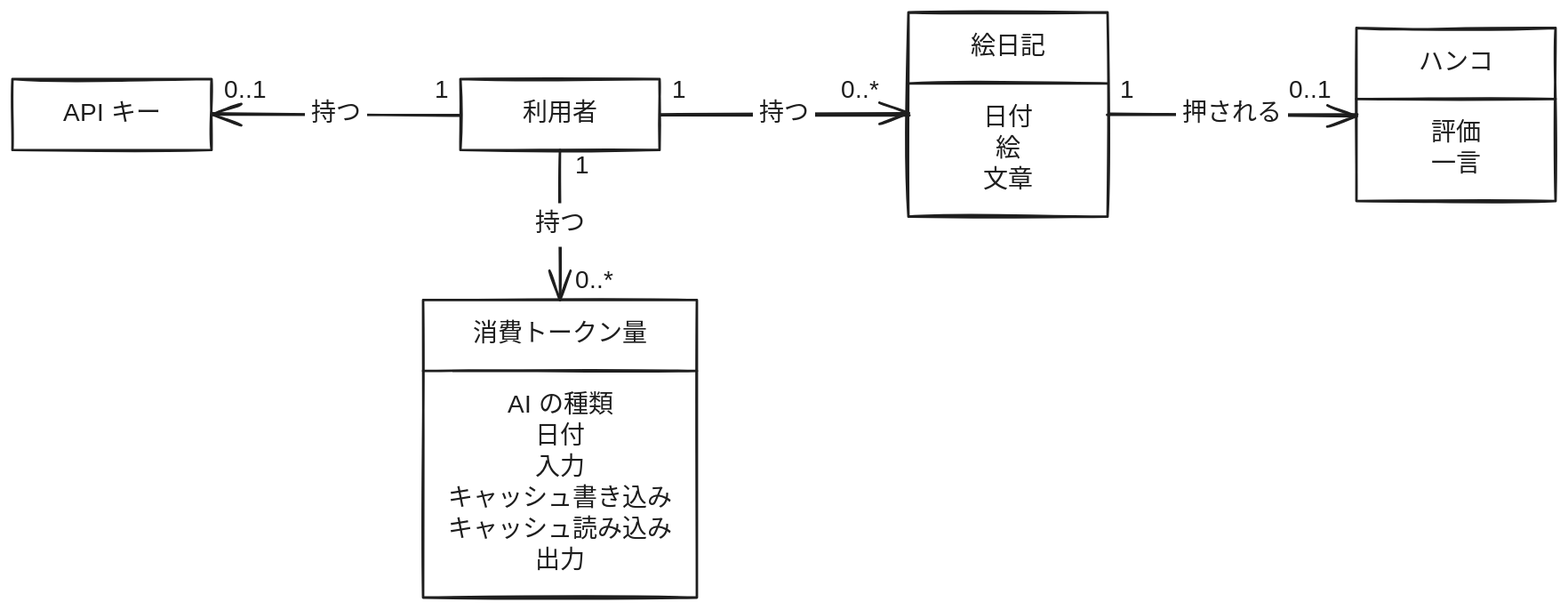
yuta-shacho/enikki-with-ai keeps this Excalidraw diagram as docs/diagrams/domain-model.excalidraw.svg. Above is the earlier version. Source tidied: one line per element, renumbered; positions are measured from the earlier drawing's top-left corner, leaving out a move shared by most shapes.
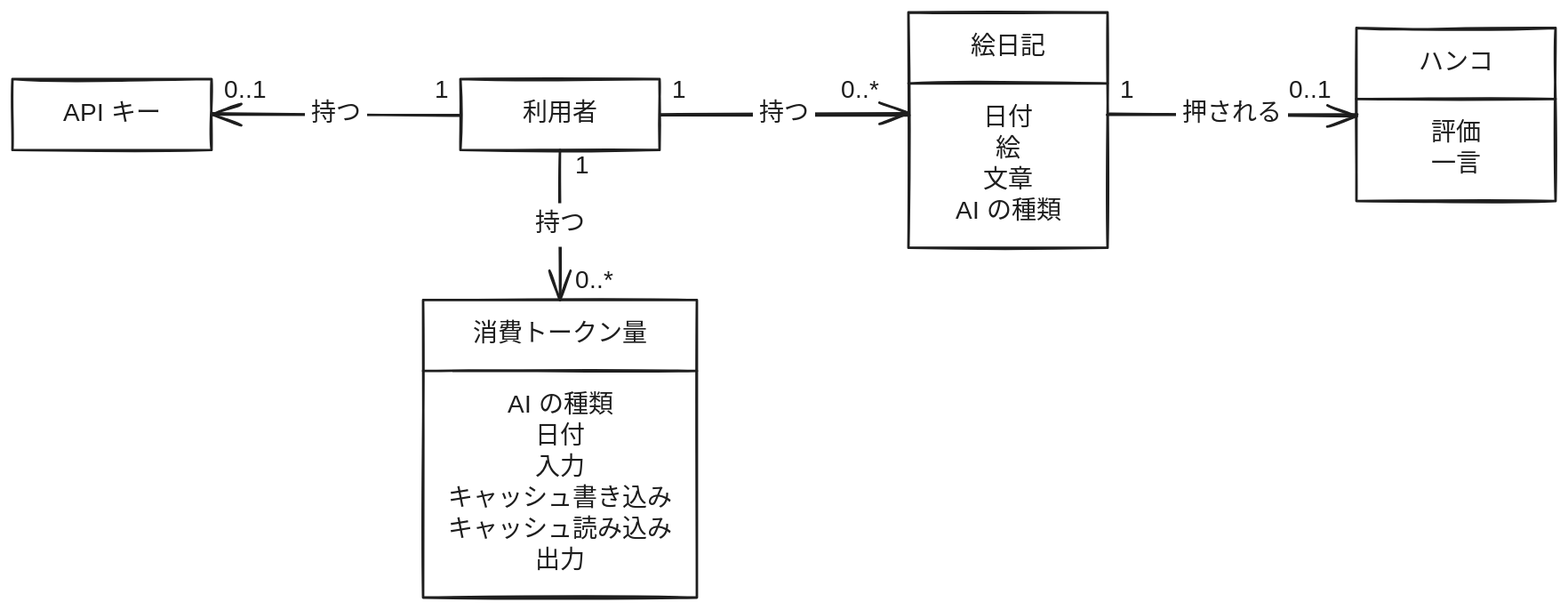
Above is the later version.

The edit, as a diff of the source:
```diff
@@ -2,10 +2,10 @@
 {"id": 1, "type": "text", "text": "API キー", "strokeColor": "#1e1e1e", "strokeWidth": 2, "roughness": 1, "fontSize": 20, "fontFamily": 5, "textAlign": "center", "x": 0, "y": 70, "width": 160, "height": 25}
 {"id": 2, "type": "rectangle", "strokeColor": "#1e1e1e", "strokeWidth": 2, "roughness": 1, "x": 360, "y": 54, "width": 160, "height": 57}
 {"id": 3, "type": "text", "text": "利用者", "strokeColor": "#1e1e1e", "strokeWidth": 2, "roughness": 1, "fontSize": 20, "fontFamily": 5, "textAlign": "center", "x": 360, "y": 70, "width": 160, "height": 25}
-{"id": 4, "type": "rectangle", "strokeColor": "#1e1e1e", "strokeWidth": 2, "roughness": 1, "x": 720, "y": 0, "width": 160, "height": 164}
+{"id": 4, "type": "rectangle", "strokeColor": "#1e1e1e", "strokeWidth": 2, "roughness": 1, "x": 720, "y": 0, "width": 160, "height": 189}
 {"id": 5, "type": "text", "text": "絵日記", "strokeColor": "#1e1e1e", "strokeWidth": 2, "roughness": 1, "fontSize": 20, "fontFamily": 5, "textAlign": "center", "x": 720, "y": 16, "width": 160, "height": 25}
 {"id": 6, "type": "line", "strokeColor": "#1e1e1e", "strokeWidth": 2, "roughness": 1, "x": 720, "y": 57, "width": 160, "height": 0, "points": [[0, 0], [160, 0]]}
-{"id": 7, "type": "text", "text": "日付\n絵\n文章", "strokeColor": "#1e1e1e", "strokeWidth": 2, "roughness": 1, "fontSize": 20, "fontFamily": 5, "textAlign": "center", "x": 720, "y": 73, "width": 160, "height": 75}
+{"id": 7, "type": "text", "text": "日付\n絵\n文章\nAI の種類", "strokeColor": "#1e1e1e", "strokeWidth": 2, "roughness": 1, "fontSize": 20, "fontFamily": 5, "textAlign": "center", "x": 720, "y": 73, "width": 160, "height": 100}
 {"id": 8, "type": "rectangle", "strokeColor": "#1e1e1e", "strokeWidth": 2, "roughness": 1, "x": 1080, "y": 12, "width": 160, "height": 139}
 {"id": 9, "type": "text", "text": "ハンコ", "strokeColor": "#1e1e1e", "strokeWidth": 2, "roughness": 1, "fontSize": 20, "fontFamily": 5, "textAlign": "center", "x": 1080, "y": 28, "width": 160, "height": 25}
 {"id": 10, "type": "line", "strokeColor": "#1e1e1e", "strokeWidth": 2, "roughness": 1, "x": 1080, "y": 70, "width": 160, "height": 0, "points": [[0, 0], [160, 0]]}
```
